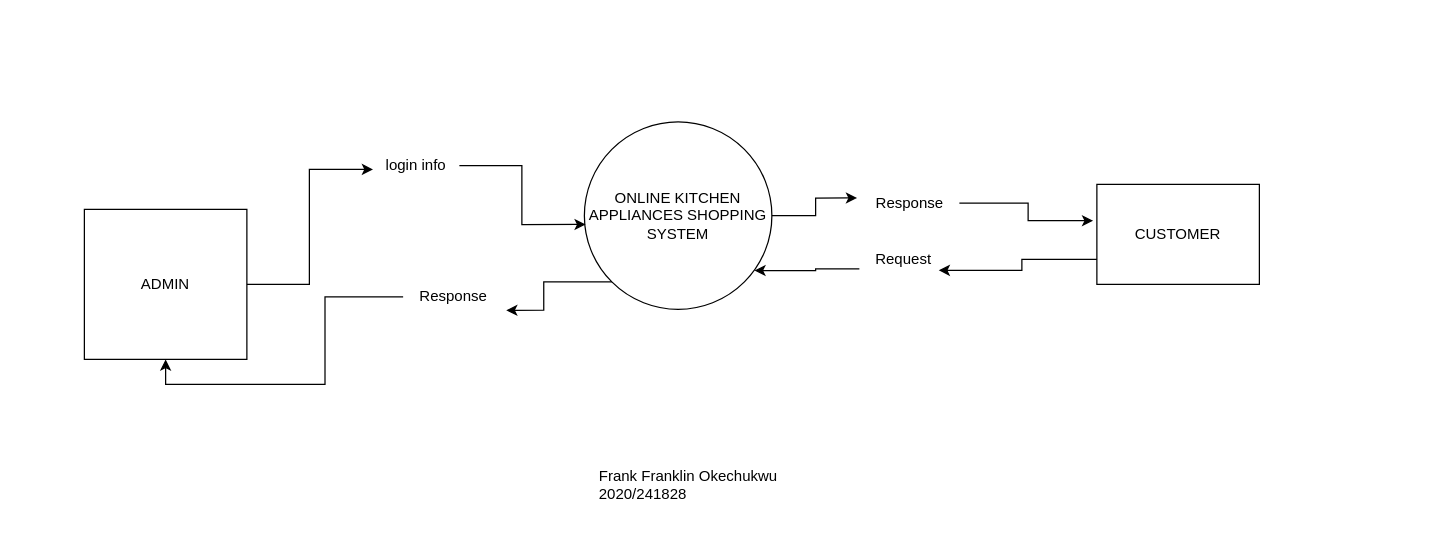
Chukwuebuka-2003/SE-DFD keeps this draw.io diagram as Untitled Diagram.drawio. Above is the earlier version. Source tidied: cells renumbered, new cells numbered last; positions are measured from the earlier drawing's top-left corner, leaving out a move shared by most shapes. Both pictures are drawn from the tidied source at 125%, with x=0, y=0 at pixel (84, 121).
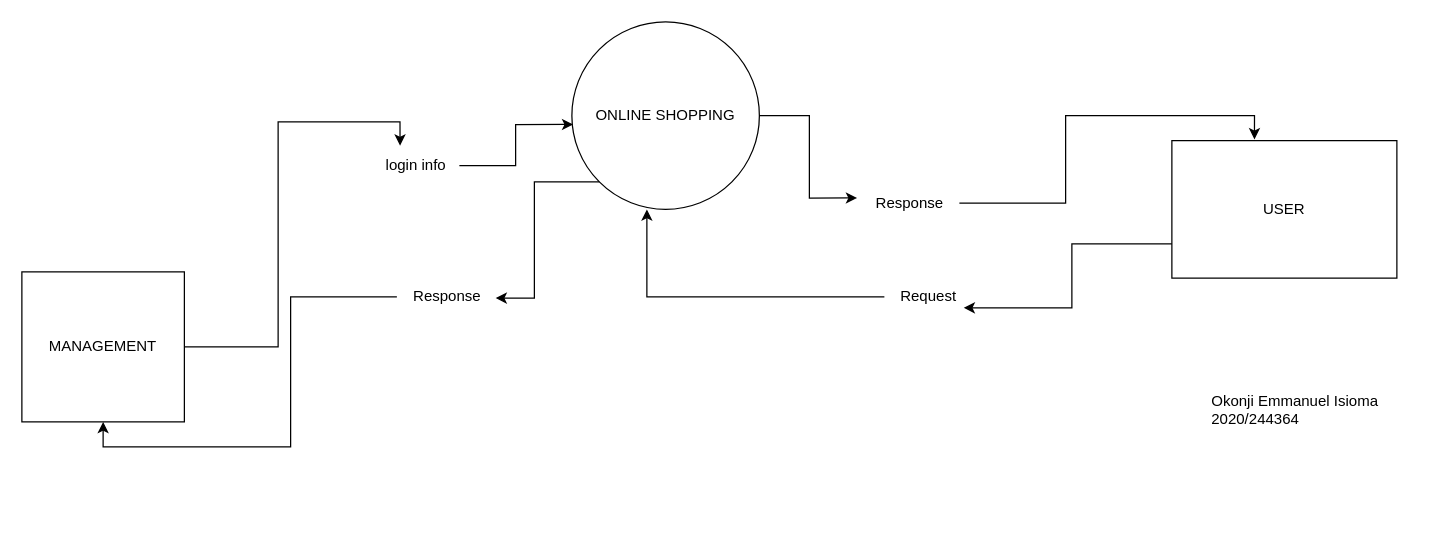
After the change.

Change to the diagram source:
```diff
@@
 <mxGraphModel>
   <root>
     <mxCell id="0" />
     <mxCell id="1" parent="0" />
-    <mxCell id="2" value="ONLINE KITCHEN APPLIANCES SHOPPING SYSTEM" style="shape=ellipse;html=1;dashed=0;whiteSpace=wrap;perimeter=ellipsePerimeter;" parent="1" vertex="1">
-      <mxGeometry x="400" width="150" height="150" as="geometry" />
+    <mxCell id="2" value="ONLINE SHOPPING" style="shape=ellipse;html=1;dashed=0;whiteSpace=wrap;perimeter=ellipsePerimeter;" parent="1" vertex="1">
+      <mxGeometry x="390" y="-80" width="150" height="150" as="geometry" />
     </mxCell>
-    <mxCell id="3" value="ADMIN" style="html=1;dashed=0;whiteSpace=wrap;" parent="1" vertex="1">
-      <mxGeometry y="70" width="130" height="120" as="geometry" />
+    <mxCell id="3" value="MANAGEMENT" style="html=1;dashed=0;whiteSpace=wrap;" parent="1" vertex="1">
+      <mxGeometry x="-50" y="120" width="130" height="120" as="geometry" />
     </mxCell>
-    <mxCell id="4" value="CUSTOMER" style="html=1;dashed=0;whiteSpace=wrap;" parent="1" vertex="1">
-      <mxGeometry x="810" y="50" width="130" height="80" as="geometry" />
+    <mxCell id="4" value="USER" style="html=1;dashed=0;whiteSpace=wrap;" parent="1" vertex="1">
+      <mxGeometry x="870" y="15" width="180" height="110" as="geometry" />
     </mxCell>
-    <mxCell id="5" style="edgeStyle=orthogonalEdgeStyle;rounded=0;jettySize=auto;html=1;exitX=1;exitY=0.5;exitDx=0;exitDy=0;entryX=-0.023;entryY=0.363;entryDx=0;entryDy=0;entryPerimeter=0;" parent="1" edge="1" source="8" target="4">
-      <mxGeometry relative="1" as="geometry" />
-    </mxCell>
-    <mxCell id="6" style="edgeStyle=orthogonalEdgeStyle;rounded=0;jettySize=auto;html=1;exitX=0;exitY=0.75;exitDx=0;exitDy=0;entryX=0.907;entryY=0.793;entryDx=0;entryDy=0;entryPerimeter=0;" parent="1" edge="1" source="10" target="2">
-      <mxGeometry relative="1" as="geometry" />
-    </mxCell>
     <mxCell id="7" style="edgeStyle=orthogonalEdgeStyle;rounded=0;jettySize=auto;html=1;exitX=1;exitY=0.5;exitDx=0;exitDy=0;entryX=-0.023;entryY=0.363;entryDx=0;entryDy=0;entryPerimeter=0;" parent="1" edge="1" source="2" target="8">
       <mxGeometry relative="1" as="geometry" />
     </mxCell>
     <mxCell id="8" value="Response" style="text;html=1;align=center;verticalAlign=middle;points=[];strokeColor=none;fillColor=none;" parent="1" vertex="1">
       <mxGeometry x="620" y="50" width="80" height="30" as="geometry" />
     </mxCell>
     <mxCell id="9" style="edgeStyle=orthogonalEdgeStyle;rounded=0;jettySize=auto;html=1;exitX=0;exitY=0.75;exitDx=0;exitDy=0;entryX=0.907;entryY=0.793;entryDx=0;entryDy=0;entryPerimeter=0;" parent="1" edge="1" source="4" target="10">
       <mxGeometry relative="1" as="geometry" />
     </mxCell>
     <mxCell id="10" value="Request" style="text;html=1;align=center;verticalAlign=middle;points=[];strokeColor=none;fillColor=none;" parent="1" vertex="1">
-      <mxGeometry x="620" y="95" width="70" height="30" as="geometry" />
+      <mxGeometry x="640" y="125" width="70" height="30" as="geometry" />
     </mxCell>
-    <mxCell id="11" style="edgeStyle=orthogonalEdgeStyle;rounded=0;jettySize=auto;html=1;exitX=1;exitY=0.5;exitDx=0;exitDy=0;entryX=0.013;entryY=0.6;entryDx=0;entryDy=0;entryPerimeter=0;" parent="1" edge="1" source="3" target="12">
-      <mxGeometry relative="1" as="geometry" />
-    </mxCell>
     <mxCell id="12" value="login info" style="text;html=1;align=center;verticalAlign=middle;points=[];strokeColor=none;fillColor=none;" parent="1" vertex="1">
       <mxGeometry x="230" y="20" width="70" height="30" as="geometry" />
     </mxCell>
     <mxCell id="13" style="edgeStyle=orthogonalEdgeStyle;rounded=0;jettySize=auto;html=1;entryX=0.007;entryY=0.547;entryDx=0;entryDy=0;entryPerimeter=0;" parent="1" edge="1" source="12" target="2">
       <mxGeometry relative="1" as="geometry" />
     </mxCell>
-    <mxCell id="14" style="edgeStyle=orthogonalEdgeStyle;rounded=0;jettySize=auto;html=1;exitX=0;exitY=1;exitDx=0;exitDy=0;entryX=1.031;entryY=0.858;entryDx=0;entryDy=0;entryPerimeter=0;" parent="1" edge="1" source="2" target="16">
-      <mxGeometry relative="1" as="geometry" />
-    </mxCell>
     <mxCell id="15" style="edgeStyle=orthogonalEdgeStyle;rounded=0;jettySize=auto;html=1;entryX=0.5;entryY=1;entryDx=0;entryDy=0;" parent="1" edge="1" source="16" target="3">
       <mxGeometry relative="1" as="geometry" />
     </mxCell>
     <mxCell id="16" value="Response" style="text;html=1;align=center;verticalAlign=middle;points=[];strokeColor=none;fillColor=none;" parent="1" vertex="1">
-      <mxGeometry x="255" y="125" width="80" height="30" as="geometry" />
+      <mxGeometry x="250" y="125" width="80" height="30" as="geometry" />
     </mxCell>
-    <mxCell id="17" value="Frank Franklin Okechukwu &#10;2020/241828" style="text;whiteSpace=wrap;" parent="1" vertex="1">
-      <mxGeometry x="410" y="270" width="180" height="50" as="geometry" />
+    <mxCell id="17" value="Okonji Emmanuel Isioma&#10;2020/244364" style="text;whiteSpace=wrap;" parent="1" vertex="1">
+      <mxGeometry x="900" y="210" width="180" height="50" as="geometry" />
     </mxCell>
+    <mxCell id="6" style="edgeStyle=orthogonalEdgeStyle;rounded=0;jettySize=auto;html=1;entryX=0.4;entryY=1;entryDx=0;entryDy=0;entryPerimeter=0;" parent="1" edge="1" source="10" target="2">
+      <mxGeometry relative="1" as="geometry" />
+    </mxCell>
+    <mxCell id="14" style="edgeStyle=orthogonalEdgeStyle;rounded=0;jettySize=auto;html=1;exitX=0;exitY=1;exitDx=0;exitDy=0;entryX=0.988;entryY=0.533;entryDx=0;entryDy=0;entryPerimeter=0;" parent="1" edge="1" source="2" target="16">
+      <mxGeometry relative="1" as="geometry" />
+    </mxCell>
+    <mxCell id="5" style="edgeStyle=orthogonalEdgeStyle;rounded=0;jettySize=auto;html=1;entryX=0.367;entryY=-0.009;entryDx=0;entryDy=0;entryPerimeter=0;" parent="1" edge="1" source="8" target="4">
+      <mxGeometry relative="1" as="geometry" />
+    </mxCell>
+    <mxCell id="11" style="edgeStyle=orthogonalEdgeStyle;rounded=0;jettySize=auto;html=1;entryX=0.322;entryY=-0.033;entryDx=0;entryDy=0;entryPerimeter=0;" parent="1" edge="1" source="3" target="12">
+      <mxGeometry relative="1" as="geometry" />
+    </mxCell>
   </root>
 </mxGraphModel>
```
